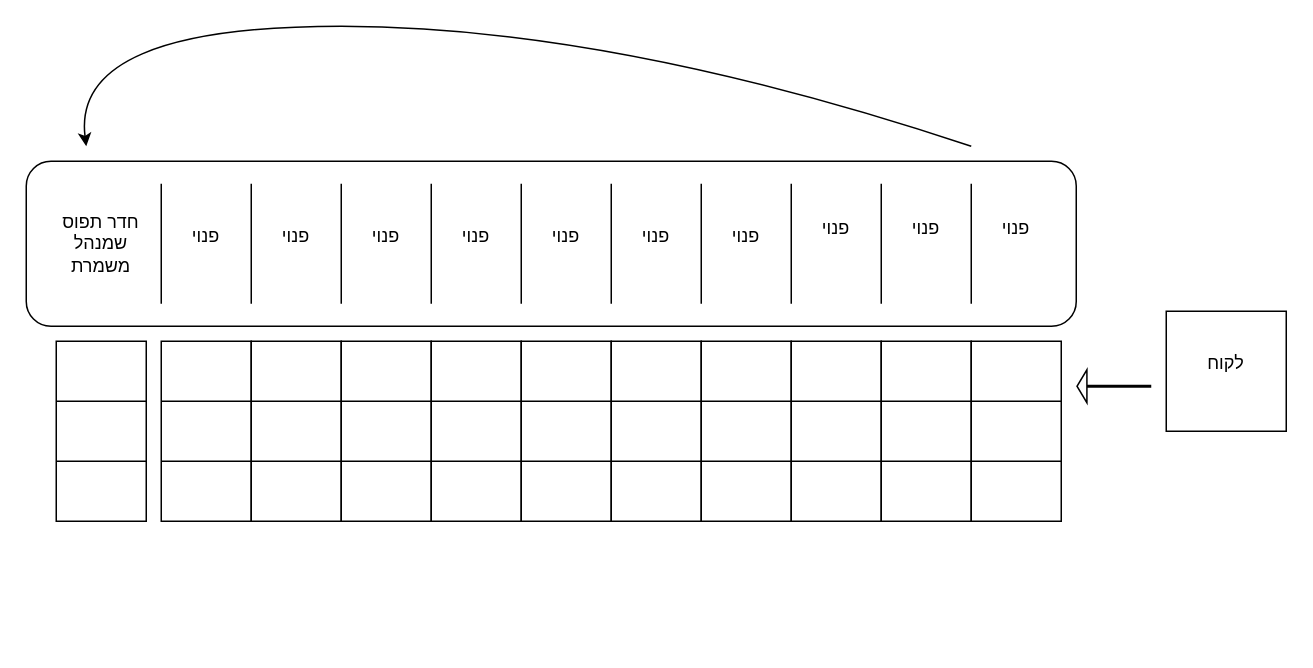
This is Untitled Diagram.drawio from Rivka-Bresloyer-7585/My-Projects, a draw.io file, before an edit. Source tidied: cells renumbered, new cells numbered last; positions are measured from the earlier drawing's top-left corner, leaving out a move shared by most shapes. Both pictures are drawn from the tidied source at 150%, with x=0, y=0 at pixel (10, 26).
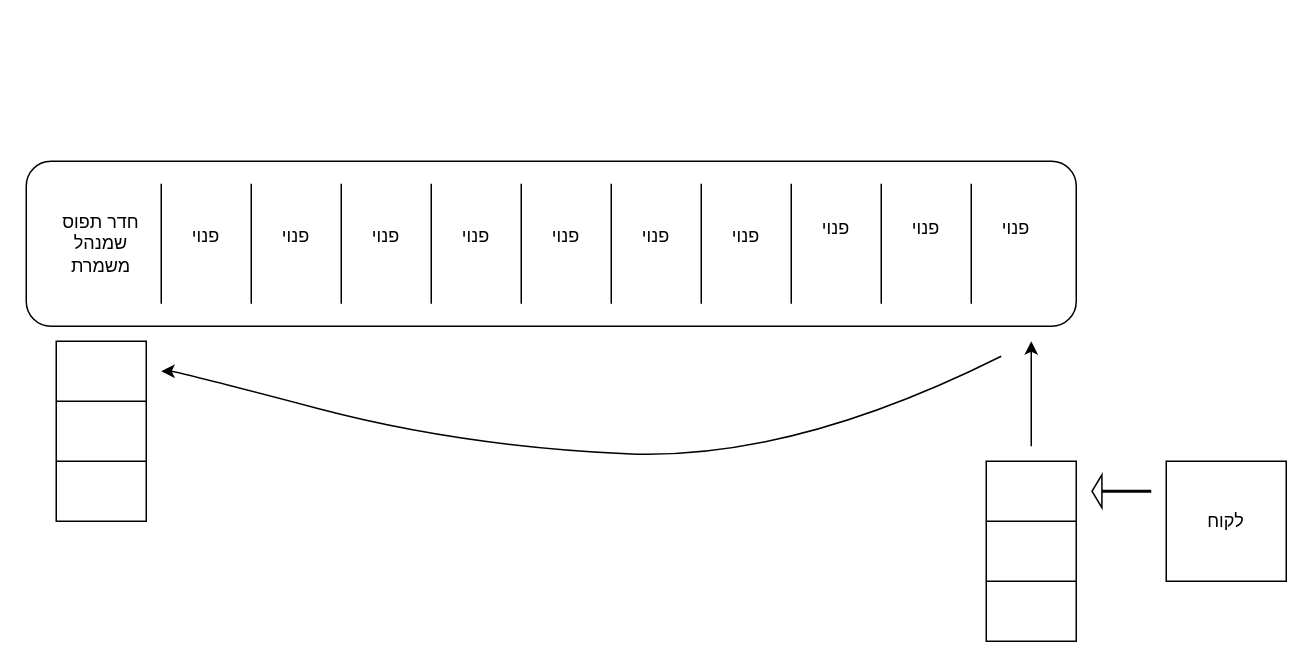
The same page after the edit.

Diff of the diagram source:
```diff
@@
     <mxCell id="14" style="whiteSpace=wrap;html=1;" parent="1" vertex="1">
-      <mxGeometry x="770" y="190" width="80" height="80" as="geometry" />
+      <mxGeometry x="770" y="290" width="80" height="80" as="geometry" />
     </mxCell>
     <mxCell id="15" style="shape=flexArrow;endArrow=classic;html=1;rounded=0;width=1;endSize=1.87;" parent="1" edge="1">
       <mxGeometry relative="1" as="geometry">
-        <mxPoint x="760" y="240" as="sourcePoint" />
-        <mxPoint x="710" y="240" as="targetPoint" />
+        <mxPoint x="760" y="310" as="sourcePoint" />
+        <mxPoint x="720" y="310" as="targetPoint" />
       </mxGeometry>
     </mxCell>
@@
     <mxCell id="26" value="לקוח" style="text;html=1;strokeColor=none;fillColor=none;align=center;verticalAlign=middle;whiteSpace=wrap;rounded=0;" parent="1" vertex="1">
-      <mxGeometry x="780" y="210" width="60" height="30" as="geometry" />
+      <mxGeometry x="780" y="315" width="60" height="30" as="geometry" />
     </mxCell>
     <mxCell id="27" style="curved=1;endArrow=classic;html=1;rounded=0;" parent="1" edge="1">
       <mxGeometry relative="1" as="geometry">
-        <mxPoint x="640" y="80" as="sourcePoint" />
-        <mxPoint x="50" y="80" as="targetPoint" />
+        <mxPoint x="660" y="220" as="sourcePoint" />
+        <mxPoint x="100" y="230" as="targetPoint" />
         <Array as="points">
-          <mxPoint x="400" />
-          <mxPoint x="40" />
+          <mxPoint x="520" y="290" />
+          <mxPoint x="300" y="280" />
+          <mxPoint x="110" y="230" />
         </Array>
       </mxGeometry>
     </mxCell>
@@
     <mxCell id="29" style="shape=process;whiteSpace=wrap;html=1;backgroundOutline=1;size=0.3333333333333333;rotation=-90;" parent="1" vertex="1">
-      <mxGeometry x="70" y="240" width="120" height="60" as="geometry" />
+      <mxGeometry x="620" y="320" width="120" height="60" as="geometry" />
     </mxCell>
-    <mxCell id="30" style="shape=process;whiteSpace=wrap;html=1;backgroundOutline=1;size=0.3333333333333333;rotation=-90;" parent="1" vertex="1">
-      <mxGeometry x="130" y="240" width="120" height="60" as="geometry" />
-    </mxCell>
-    <mxCell id="31" style="shape=process;whiteSpace=wrap;html=1;backgroundOutline=1;size=0.3333333333333333;rotation=-90;" parent="1" vertex="1">
-      <mxGeometry x="190" y="240" width="120" height="60" as="geometry" />
-    </mxCell>
-    <mxCell id="32" style="shape=process;whiteSpace=wrap;html=1;backgroundOutline=1;size=0.3333333333333333;rotation=-90;" parent="1" vertex="1">
-      <mxGeometry x="250" y="240" width="120" height="60" as="geometry" />
-    </mxCell>
-    <mxCell id="33" style="shape=process;whiteSpace=wrap;html=1;backgroundOutline=1;size=0.3333333333333333;rotation=-90;" parent="1" vertex="1">
-      <mxGeometry x="310" y="240" width="120" height="60" as="geometry" />
-    </mxCell>
-    <mxCell id="34" style="shape=process;whiteSpace=wrap;html=1;backgroundOutline=1;size=0.3333333333333333;rotation=-90;" parent="1" vertex="1">
-      <mxGeometry x="370" y="240" width="120" height="60" as="geometry" />
-    </mxCell>
-    <mxCell id="35" style="shape=process;whiteSpace=wrap;html=1;backgroundOutline=1;size=0.3333333333333333;rotation=-90;" parent="1" vertex="1">
-      <mxGeometry x="430" y="240" width="120" height="60" as="geometry" />
-    </mxCell>
-    <mxCell id="36" style="shape=process;whiteSpace=wrap;html=1;backgroundOutline=1;size=0.3333333333333333;rotation=-90;" parent="1" vertex="1">
-      <mxGeometry x="490" y="240" width="120" height="60" as="geometry" />
-    </mxCell>
-    <mxCell id="37" style="shape=process;whiteSpace=wrap;html=1;backgroundOutline=1;size=0.3333333333333333;rotation=-90;" parent="1" vertex="1">
-      <mxGeometry x="550" y="240" width="120" height="60" as="geometry" />
-    </mxCell>
-    <mxCell id="38" style="shape=process;whiteSpace=wrap;html=1;backgroundOutline=1;size=0.3333333333333333;rotation=-90;" parent="1" vertex="1">
-      <mxGeometry x="610" y="240" width="120" height="60" as="geometry" />
-    </mxCell>
+    <mxCell id="39" style="endArrow=classic;html=1;rounded=0;" parent="1" edge="1">
+      <mxGeometry relative="1" as="geometry">
+        <mxPoint x="680" y="280" as="sourcePoint" />
+        <mxPoint x="680" y="210" as="targetPoint" />
+        <Array as="points">
+          <mxPoint x="680" y="250" />
+        </Array>
+      </mxGeometry>
+    </mxCell>
```
